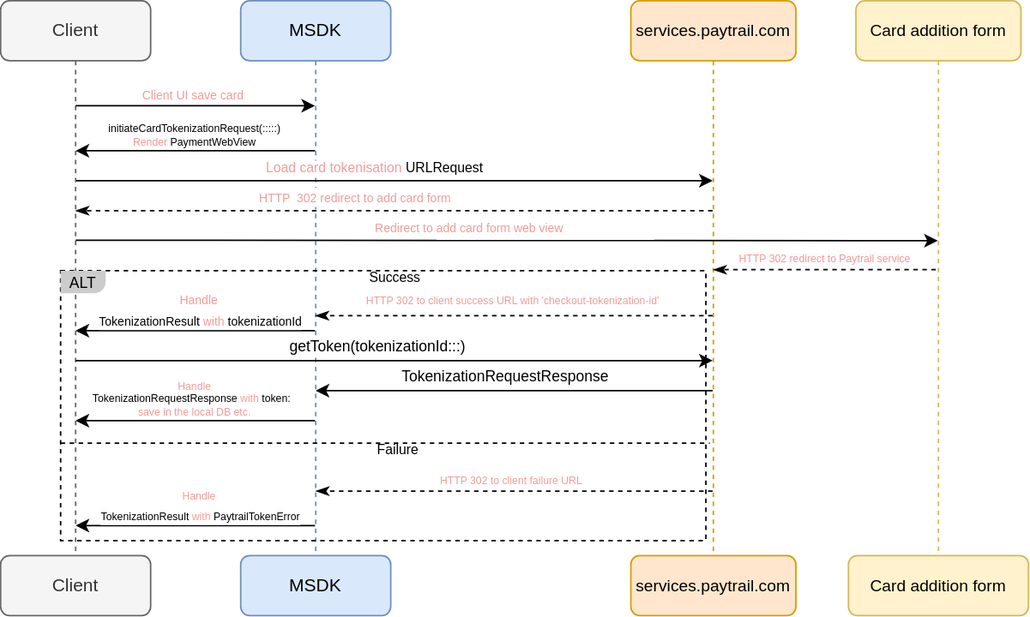
paytrail/paytrail-ios-sdk keeps this draw.io diagram as paytrail-ios-sdk/paytrail_ios_sdk.docc/Resources/Add_card_apis_flow.svg. Above is the earlier version. Source tidied: cells renumbered, new cells last; positions are measured from the earlier drawing's top-left corner, leaving out a move shared by most shapes.
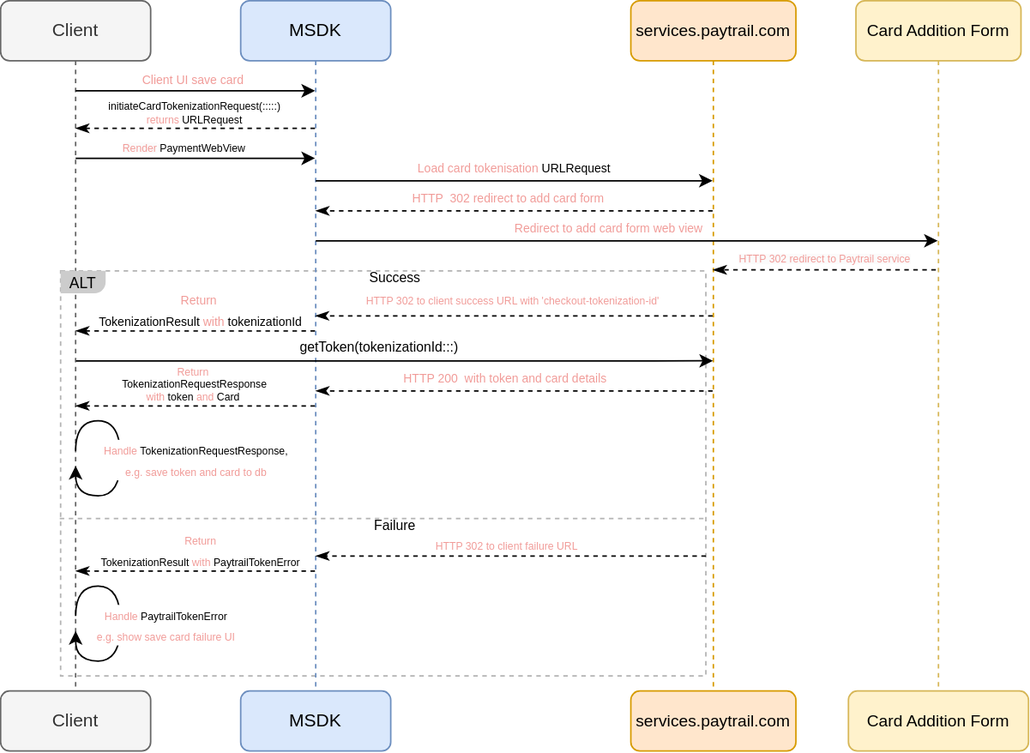
After the change.

Commit message:
Rework add_card_apis_flow chart

Change to the diagram source:
```diff
@@ -4,14 +4,18 @@
     <mxCell id="1" parent="0" />
+    <mxCell id="12" style="rounded=0;whiteSpace=wrap;html=1;fillColor=none;dashed=1;strokeColor=#B3B3B3;" parent="1" vertex="1">
+      <mxGeometry x="40" y="180" width="430" height="270" as="geometry" />
+    </mxCell>
     <mxCell id="2" value="MSDK" style="shape=umlLifeline;perimeter=lifelinePerimeter;whiteSpace=wrap;html=1;outlineConnect=0;portConstraint=eastwest;newEdgeStyle={&quot;edgeStyle&quot;:&quot;elbowEdgeStyle&quot;,&quot;elbow&quot;:&quot;vertical&quot;,&quot;curved&quot;:0,&quot;rounded&quot;:0};rounded=1;fillColor=#dae8fc;strokeColor=#6c8ebf;" parent="1" vertex="1">
-      <mxGeometry x="160" width="100" height="370" as="geometry" />
+      <mxGeometry x="160" width="100" height="460" as="geometry" />
     </mxCell>
     <mxCell id="3" value="&lt;font style=&quot;font-size: 11px;&quot;&gt;services.paytrail.com&lt;/font&gt;" style="shape=umlLifeline;perimeter=lifelinePerimeter;whiteSpace=wrap;html=1;outlineConnect=0;portConstraint=eastwest;newEdgeStyle={&quot;edgeStyle&quot;:&quot;elbowEdgeStyle&quot;,&quot;elbow&quot;:&quot;vertical&quot;,&quot;curved&quot;:0,&quot;rounded&quot;:0};rounded=1;fillColor=#ffe6cc;strokeColor=#d79b00;" parent="1" vertex="1">
-      <mxGeometry x="420" width="110" height="370" as="geometry" />
+      <mxGeometry x="420" width="110" height="460" as="geometry" />
     </mxCell>
-    <mxCell id="4" style="html=1;verticalAlign=bottom;endArrow=classic;edgeStyle=elbowEdgeStyle;elbow=vertical;curved=0;rounded=0;endFill=1;" parent="1" edge="1" target="3">
+    <mxCell id="4" style="html=1;verticalAlign=bottom;endArrow=classic;edgeStyle=elbowEdgeStyle;elbow=vertical;curved=0;rounded=0;endFill=1;" parent="1" edge="1">
       <mxGeometry x="-0.27" y="-35" relative="1" as="geometry">
-        <mxPoint x="50" y="120" as="sourcePoint" />
+        <mxPoint x="210" y="120" as="sourcePoint" />
+        <mxPoint x="474.5" y="120.2" as="targetPoint" />
       </mxGeometry>
     </mxCell>
-    <mxCell id="5" value="&lt;font color=&quot;#f19c99&quot;&gt;Load card tokenisation&lt;/font&gt; URLRequest" style="edgeLabel;html=1;align=center;verticalAlign=middle;fontSize=9;" parent="4" vertex="1">
+    <mxCell id="5" value="&lt;font style=&quot;font-size: 8px;&quot;&gt;&lt;font style=&quot;font-size: 8px;&quot; color=&quot;#f19c99&quot;&gt;Load card tokenisation&lt;/font&gt; URLRequest&lt;/font&gt;" style="edgeLabel;html=1;align=center;verticalAlign=middle;fontSize=9;" parent="4" vertex="1">
       <mxGeometry x="-0.16" y="1" relative="1" as="geometry">
@@ -20,7 +24,7 @@
     </mxCell>
-    <mxCell id="6" value="&lt;span style=&quot;font-size: 11px;&quot;&gt;Card addition form&lt;/span&gt;" style="shape=umlLifeline;perimeter=lifelinePerimeter;whiteSpace=wrap;html=1;outlineConnect=0;portConstraint=eastwest;newEdgeStyle={&quot;edgeStyle&quot;:&quot;elbowEdgeStyle&quot;,&quot;elbow&quot;:&quot;vertical&quot;,&quot;curved&quot;:0,&quot;rounded&quot;:0};fillColor=#fff2cc;strokeColor=#d6b656;rounded=1;" parent="1" vertex="1">
-      <mxGeometry x="570" width="110" height="370" as="geometry" />
+    <mxCell id="6" value="&lt;span style=&quot;font-size: 11px;&quot;&gt;Card Addition Form&lt;/span&gt;" style="shape=umlLifeline;perimeter=lifelinePerimeter;whiteSpace=wrap;html=1;outlineConnect=0;portConstraint=eastwest;newEdgeStyle={&quot;edgeStyle&quot;:&quot;elbowEdgeStyle&quot;,&quot;elbow&quot;:&quot;vertical&quot;,&quot;curved&quot;:0,&quot;rounded&quot;:0};fillColor=#fff2cc;strokeColor=#d6b656;rounded=1;" parent="1" vertex="1">
+      <mxGeometry x="570" width="110" height="460" as="geometry" />
     </mxCell>
     <mxCell id="7" value="Client" style="shape=umlLifeline;perimeter=lifelinePerimeter;whiteSpace=wrap;html=1;newEdgeStyle={&quot;edgeStyle&quot;:&quot;elbowEdgeStyle&quot;,&quot;elbow&quot;:&quot;vertical&quot;,&quot;curved&quot;:0,&quot;rounded&quot;:0};rounded=1;fillColor=#f5f5f5;fontColor=#333333;strokeColor=#666666;" parent="1" vertex="1">
-      <mxGeometry width="100" height="370" as="geometry" />
+      <mxGeometry width="100" height="460" as="geometry" />
     </mxCell>
@@ -34,3 +38,3 @@
       <mxGeometry relative="1" as="geometry">
-        <mxPoint x="50" y="70" as="sourcePoint" />
+        <mxPoint x="50" y="60" as="sourcePoint" />
       </mxGeometry>
@@ -43,22 +47,20 @@
     <mxCell id="11" value="Client" style="shape=umlLifeline;perimeter=lifelinePerimeter;whiteSpace=wrap;html=1;newEdgeStyle={&quot;edgeStyle&quot;:&quot;elbowEdgeStyle&quot;,&quot;elbow&quot;:&quot;vertical&quot;,&quot;curved&quot;:0,&quot;rounded&quot;:0};rounded=1;fillColor=#f5f5f5;fontColor=#333333;strokeColor=#666666;" parent="1" vertex="1">
-      <mxGeometry y="370" width="100" height="40" as="geometry" />
+      <mxGeometry y="460" width="100" height="40" as="geometry" />
     </mxCell>
-    <mxCell id="12" style="rounded=0;whiteSpace=wrap;html=1;fillColor=none;dashed=1;strokeColor=#000000;" parent="1" vertex="1">
-      <mxGeometry x="40" y="180" width="430" height="180" as="geometry" />
-    </mxCell>
     <mxCell id="13" value="MSDK" style="shape=umlLifeline;perimeter=lifelinePerimeter;whiteSpace=wrap;html=1;newEdgeStyle={&quot;edgeStyle&quot;:&quot;elbowEdgeStyle&quot;,&quot;elbow&quot;:&quot;vertical&quot;,&quot;curved&quot;:0,&quot;rounded&quot;:0};rounded=1;fillColor=#dae8fc;strokeColor=#6c8ebf;" parent="1" vertex="1">
-      <mxGeometry x="160" y="370" width="100" height="40" as="geometry" />
+      <mxGeometry x="160" y="460" width="100" height="40" as="geometry" />
     </mxCell>
     <mxCell id="14" value="&lt;font style=&quot;font-size: 11px;&quot;&gt;services.paytrail.com&lt;/font&gt;" style="shape=umlLifeline;perimeter=lifelinePerimeter;whiteSpace=wrap;html=1;newEdgeStyle={&quot;edgeStyle&quot;:&quot;elbowEdgeStyle&quot;,&quot;elbow&quot;:&quot;vertical&quot;,&quot;curved&quot;:0,&quot;rounded&quot;:0};rounded=1;fillColor=#ffe6cc;strokeColor=#d79b00;" parent="1" vertex="1">
-      <mxGeometry x="420" y="370" width="110" height="40" as="geometry" />
+      <mxGeometry x="420" y="460" width="110" height="40" as="geometry" />
     </mxCell>
-    <mxCell id="15" value="&lt;span style=&quot;font-size: 11px;&quot;&gt;Card addition form&lt;br&gt;&lt;/span&gt;" style="shape=umlLifeline;perimeter=lifelinePerimeter;whiteSpace=wrap;html=1;newEdgeStyle={&quot;edgeStyle&quot;:&quot;elbowEdgeStyle&quot;,&quot;elbow&quot;:&quot;vertical&quot;,&quot;curved&quot;:0,&quot;rounded&quot;:0};fillColor=#fff2cc;strokeColor=#d6b656;rounded=1;" parent="1" vertex="1">
-      <mxGeometry x="565" y="370" width="120" height="40" as="geometry" />
+    <mxCell id="15" value="&lt;span style=&quot;font-size: 11px;&quot;&gt;Card Addition Form&lt;br&gt;&lt;/span&gt;" style="shape=umlLifeline;perimeter=lifelinePerimeter;whiteSpace=wrap;html=1;newEdgeStyle={&quot;edgeStyle&quot;:&quot;elbowEdgeStyle&quot;,&quot;elbow&quot;:&quot;vertical&quot;,&quot;curved&quot;:0,&quot;rounded&quot;:0};fillColor=#fff2cc;strokeColor=#d6b656;rounded=1;" parent="1" vertex="1">
+      <mxGeometry x="565" y="460" width="120" height="40" as="geometry" />
     </mxCell>
-    <mxCell id="16" style="endArrow=classic;html=1;rounded=0;endFill=1;" parent="1" edge="1" source="2">
+    <mxCell id="16" style="endArrow=classicThin;html=1;rounded=0;endFill=1;dashed=1;" parent="1" edge="1">
       <mxGeometry relative="1" as="geometry">
-        <mxPoint x="50" y="100" as="targetPoint" />
+        <mxPoint x="209.5" y="85" as="sourcePoint" />
+        <mxPoint x="50" y="85" as="targetPoint" />
       </mxGeometry>
     </mxCell>
-    <mxCell id="17" value="&lt;font style=&quot;font-size: 7px;&quot;&gt;initiateCardTokenizationRequest(:::::)&lt;br&gt;&lt;font style=&quot;border-color: var(--border-color); background-color: rgb(251, 251, 251); font-size: 7px;&quot; color=&quot;#f19c99&quot;&gt;Render&lt;/font&gt;&amp;nbsp;PaymentWebView&lt;/font&gt;" style="edgeLabel;html=1;align=center;verticalAlign=middle;fontSize=7;" parent="16" vertex="1">
+    <mxCell id="17" value="&lt;font style=&quot;font-size: 7px;&quot;&gt;initiateCardTokenizationRequest(:::::)&lt;br&gt;&lt;font color=&quot;#f19c99&quot;&gt;returns&lt;/font&gt; URLRequest&lt;br&gt;&lt;/font&gt;" style="edgeLabel;html=1;align=center;verticalAlign=middle;fontSize=7;" parent="16" vertex="1">
       <mxGeometry x="0.1" y="-2" relative="1" as="geometry">
@@ -69,3 +71,3 @@
       <mxGeometry relative="1" as="geometry">
-        <mxPoint x="50" y="140" as="targetPoint" />
+        <mxPoint x="210" y="140" as="targetPoint" />
       </mxGeometry>
@@ -77,5 +79,6 @@
     </mxCell>
-    <mxCell id="20" style="html=1;verticalAlign=bottom;endArrow=classic;edgeStyle=elbowEdgeStyle;elbow=vertical;curved=0;rounded=0;endFill=1;" parent="1" edge="1" target="6">
+    <mxCell id="20" style="html=1;verticalAlign=bottom;endArrow=classic;edgeStyle=elbowEdgeStyle;elbow=vertical;curved=0;rounded=0;endFill=1;" parent="1" edge="1">
       <mxGeometry x="-0.27" y="-35" relative="1" as="geometry">
-        <mxPoint x="50" y="159.7" as="sourcePoint" />
+        <mxPoint x="210" y="160" as="sourcePoint" />
+        <mxPoint x="624.5" y="160" as="targetPoint" />
       </mxGeometry>
@@ -112,4 +115,4 @@
       <mxGeometry x="-0.27" y="-35" relative="1" as="geometry">
-        <mxPoint x="50" y="240" as="sourcePoint" />
-        <mxPoint x="474.5" y="240.3" as="targetPoint" />
+        <mxPoint x="50.3" y="240" as="sourcePoint" />
+        <mxPoint x="474.8" y="240.3" as="targetPoint" />
       </mxGeometry>
@@ -121,3 +124,3 @@
     </mxCell>
-    <mxCell id="29" value="getToken(tokenizationId:::)" style="edgeLabel;html=1;align=center;verticalAlign=middle;fontSize=10;" parent="27" vertex="1">
+    <mxCell id="29" value="&lt;font style=&quot;font-size: 9px;&quot;&gt;getToken(tokenizationId:::)&lt;/font&gt;" style="edgeLabel;html=1;align=center;verticalAlign=middle;fontSize=10;" parent="27" vertex="1">
       <mxGeometry x="-0.08" relative="1" as="geometry">
@@ -126,5 +129,4 @@
     </mxCell>
-    <mxCell id="30" style="endArrow=classic;html=1;rounded=0;endFill=1;" parent="1" edge="1">
+    <mxCell id="30" style="endArrow=classicThin;html=1;rounded=0;endFill=1;dashed=1;" parent="1" edge="1" source="3">
       <mxGeometry relative="1" as="geometry">
-        <mxPoint x="474.5" y="260" as="sourcePoint" />
         <mxPoint x="210" y="260" as="targetPoint" />
@@ -132,8 +134,8 @@
     </mxCell>
-    <mxCell id="31" value="&lt;p style=&quot;margin: 0px; font-stretch: normal; line-height: normal;&quot;&gt;&lt;font style=&quot;font-size: 10px;&quot;&gt;TokenizationRequestResponse&lt;/font&gt;&lt;/p&gt;" style="edgeLabel;html=1;align=center;verticalAlign=middle;fontSize=7;" parent="30" vertex="1">
+    <mxCell id="31" value="&lt;p style=&quot;margin: 0px; font-stretch: normal; line-height: normal;&quot;&gt;&lt;font color=&quot;#f19c99&quot;&gt;&lt;span style=&quot;font-size: 8px;&quot;&gt;HTTP 200 &amp;nbsp;with&amp;nbsp;token and card details&lt;/span&gt;&lt;/font&gt;&lt;/p&gt;" style="edgeLabel;html=1;align=center;verticalAlign=middle;fontSize=7;" parent="30" vertex="1">
       <mxGeometry x="0.1" y="-2" relative="1" as="geometry">
-        <mxPoint x="7" y="-8" as="offset" />
+        <mxPoint x="7" y="-6" as="offset" />
       </mxGeometry>
     </mxCell>
-    <mxCell id="32" style="endArrow=classic;html=1;rounded=0;endFill=1;" parent="1" edge="1" source="2">
+    <mxCell id="32" style="endArrow=classicThin;html=1;rounded=0;endFill=1;dashed=1;" parent="1" edge="1" source="2">
       <mxGeometry relative="1" as="geometry">
@@ -142,3 +144,3 @@
     </mxCell>
-    <mxCell id="33" value="&lt;font style=&quot;font-size: 8px;&quot;&gt;&lt;font style=&quot;border-color: var(--border-color); font-size: 8px;&quot; color=&quot;#f19c99&quot;&gt;Handle&lt;/font&gt;&amp;nbsp;&lt;br style=&quot;border-color: var(--border-color);&quot;&gt;TokenizationResult&amp;nbsp;&lt;font style=&quot;border-color: var(--border-color); font-size: 8px;&quot; color=&quot;#f19c99&quot;&gt;with&lt;/font&gt;&amp;nbsp;tokenizationId&lt;/font&gt;" style="edgeLabel;html=1;align=center;verticalAlign=middle;" parent="32" vertex="1">
+    <mxCell id="33" value="&lt;font style=&quot;font-size: 8px;&quot;&gt;&lt;font style=&quot;border-color: var(--border-color); font-size: 8px;&quot; color=&quot;#f19c99&quot;&gt;Return&lt;/font&gt;&amp;nbsp;&lt;br style=&quot;border-color: var(--border-color);&quot;&gt;TokenizationResult&amp;nbsp;&lt;font style=&quot;border-color: var(--border-color); font-size: 8px;&quot; color=&quot;#f19c99&quot;&gt;with&lt;/font&gt;&amp;nbsp;tokenizationId&lt;/font&gt;" style="edgeLabel;html=1;align=center;verticalAlign=middle;" parent="32" vertex="1">
       <mxGeometry x="-0.04" relative="1" as="geometry">
@@ -147,8 +149,9 @@
     </mxCell>
-    <mxCell id="34" style="endArrow=classic;html=1;rounded=0;endFill=1;" parent="1" edge="1" source="2">
+    <mxCell id="34" style="endArrow=classicThin;html=1;rounded=0;endFill=1;dashed=1;" parent="1" edge="1">
       <mxGeometry relative="1" as="geometry">
-        <mxPoint x="50" y="280" as="targetPoint" />
+        <mxPoint x="209.5" y="270" as="sourcePoint" />
+        <mxPoint x="50" y="270" as="targetPoint" />
       </mxGeometry>
     </mxCell>
-    <mxCell id="35" value="&lt;font style=&quot;font-size: 7px;&quot;&gt;&lt;font style=&quot;font-size: 7px;&quot; color=&quot;#f19c99&quot;&gt;Handle&lt;/font&gt; &lt;br&gt;TokenizationRequestResponse&amp;nbsp;&lt;font style=&quot;font-size: 7px;&quot; color=&quot;#f19c99&quot;&gt;with &lt;/font&gt;token: &amp;nbsp;&lt;br&gt;&lt;font style=&quot;font-size: 7px;&quot; color=&quot;#f19c99&quot;&gt;save in the local DB etc.&lt;/font&gt;&lt;/font&gt;" style="edgeLabel;html=1;align=center;verticalAlign=middle;fontSize=7;" parent="34" vertex="1">
+    <mxCell id="35" value="&lt;font style=&quot;font-size: 7px;&quot;&gt;&lt;font color=&quot;#f19c99&quot;&gt;&lt;span style=&quot;caret-color: rgb(241, 156, 153);&quot;&gt;Return&lt;/span&gt;&lt;/font&gt;&amp;nbsp;&lt;br&gt;TokenizationRequestResponse&lt;br&gt;&amp;nbsp;&lt;font style=&quot;font-size: 7px;&quot; color=&quot;#f19c99&quot;&gt;with &lt;/font&gt;token &lt;font color=&quot;#f19c99&quot;&gt;and&lt;/font&gt; Card &amp;nbsp;&lt;br&gt;&lt;/font&gt;" style="edgeLabel;html=1;align=center;verticalAlign=middle;fontSize=7;" parent="34" vertex="1">
       <mxGeometry x="0.1" y="-2" relative="1" as="geometry">
@@ -158,7 +161,8 @@
     <mxCell id="36" value="&lt;font color=&quot;#000000&quot;&gt;Failure&lt;/font&gt;" style="text;html=1;strokeColor=none;fillColor=none;align=center;verticalAlign=middle;whiteSpace=wrap;rounded=0;fontSize=9;fontColor=#F19C99;" parent="1" vertex="1">
-      <mxGeometry x="240" y="295" width="50" height="10" as="geometry" />
+      <mxGeometry x="237.5" y="345" width="50" height="10" as="geometry" />
     </mxCell>
-    <mxCell id="37" style="endArrow=classicThin;html=1;rounded=0;endFill=1;dashed=1;" parent="1" edge="1" source="3">
+    <mxCell id="37" style="endArrow=classicThin;html=1;rounded=0;endFill=1;dashed=1;" parent="1" edge="1">
       <mxGeometry relative="1" as="geometry">
-        <mxPoint x="210" y="327" as="targetPoint" />
+        <mxPoint x="470" y="370" as="sourcePoint" />
+        <mxPoint x="210" y="370" as="targetPoint" />
       </mxGeometry>
@@ -170,8 +174,9 @@
     </mxCell>
-    <mxCell id="39" style="endArrow=classic;html=1;rounded=0;endFill=1;" parent="1" edge="1" source="2">
+    <mxCell id="39" style="endArrow=classicThin;html=1;rounded=0;endFill=1;dashed=1;" parent="1" edge="1">
       <mxGeometry relative="1" as="geometry">
-        <mxPoint x="50" y="350" as="targetPoint" />
+        <mxPoint x="209.5" y="380" as="sourcePoint" />
+        <mxPoint x="50" y="380" as="targetPoint" />
       </mxGeometry>
     </mxCell>
-    <mxCell id="40" value="&lt;font style=&quot;font-size: 7px;&quot;&gt;&lt;font style=&quot;border-color: var(--border-color); font-size: 7px;&quot; color=&quot;#f19c99&quot;&gt;Handle&lt;/font&gt;&amp;nbsp;&lt;br style=&quot;border-color: var(--border-color);&quot;&gt;TokenizationResult&amp;nbsp;&lt;font style=&quot;border-color: var(--border-color); font-size: 7px;&quot; color=&quot;#f19c99&quot;&gt;with &lt;/font&gt;&lt;font style=&quot;border-color: var(--border-color); font-size: 7px;&quot;&gt;PaytrailTokenError&lt;/font&gt;&lt;/font&gt;" style="edgeLabel;html=1;align=center;verticalAlign=middle;" parent="39" vertex="1">
+    <mxCell id="40" value="&lt;font style=&quot;font-size: 7px;&quot;&gt;&lt;font style=&quot;font-size: 7px;&quot; color=&quot;#f19c99&quot;&gt;&lt;span style=&quot;caret-color: rgb(241, 156, 153);&quot;&gt;Return&lt;/span&gt;&lt;/font&gt;&lt;br style=&quot;border-color: var(--border-color);&quot;&gt;TokenizationResult&amp;nbsp;&lt;font style=&quot;border-color: var(--border-color); font-size: 7px;&quot; color=&quot;#f19c99&quot;&gt;with &lt;/font&gt;&lt;font style=&quot;border-color: var(--border-color); font-size: 7px;&quot;&gt;PaytrailTokenError&lt;/font&gt;&lt;/font&gt;" style="edgeLabel;html=1;align=center;verticalAlign=middle;labelBackgroundColor=none;" parent="39" vertex="1">
       <mxGeometry x="-0.04" relative="1" as="geometry">
@@ -180,5 +185,6 @@
     </mxCell>
-    <mxCell id="41" style="endArrow=none;dashed=1;html=1;rounded=0;entryX=1;entryY=0.722;entryDx=0;entryDy=0;entryPerimeter=0;exitX=0;exitY=0.639;exitDx=0;exitDy=0;exitPerimeter=0;" parent="1" edge="1" source="12">
+    <mxCell id="41" style="endArrow=none;dashed=1;html=1;rounded=0;entryX=1;entryY=0.722;entryDx=0;entryDy=0;entryPerimeter=0;exitX=0;exitY=0.5;exitDx=0;exitDy=0;strokeColor=#B3B3B3;" parent="1" edge="1">
       <mxGeometry relative="1" as="geometry">
-        <mxPoint x="472.6" y="295" as="targetPoint" />
+        <mxPoint x="39.4" y="345" as="sourcePoint" />
+        <mxPoint x="470" y="345" as="targetPoint" />
       </mxGeometry>
@@ -191,2 +197,46 @@
     </mxCell>
+    <mxCell id="44" style="endArrow=classic;html=1;rounded=0;" parent="1" edge="1" target="2">
+      <mxGeometry relative="1" as="geometry">
+        <mxPoint x="50" y="105" as="sourcePoint" />
+      </mxGeometry>
+    </mxCell>
+    <mxCell id="45" value="&lt;font style=&quot;font-size: 7px;&quot;&gt;&lt;font style=&quot;border-color: var(--border-color); background-color: rgb(251, 251, 251); font-size: 7px;&quot; color=&quot;#f19c99&quot;&gt;Render&lt;/font&gt;&amp;nbsp;PaymentWebView&lt;/font&gt;" style="edgeLabel;html=1;align=center;verticalAlign=middle;" parent="44" vertex="1">
+      <mxGeometry x="-0.1" y="2" relative="1" as="geometry">
+        <mxPoint y="-6" as="offset" />
+      </mxGeometry>
+    </mxCell>
+    <mxCell id="46" style="endArrow=classic;html=1;rounded=0;endFill=1;edgeStyle=orthogonalEdgeStyle;curved=1;exitX=0.5;exitY=0.459;exitDx=0;exitDy=0;exitPerimeter=0;" parent="1" edge="1">
+      <mxGeometry relative="1" as="geometry">
+        <mxPoint x="50" y="300" as="sourcePoint" />
+        <mxPoint x="50" y="310" as="targetPoint" />
+        <Array as="points">
+          <mxPoint x="50" y="280" />
+          <mxPoint x="80" y="280" />
+          <mxPoint x="80" y="330" />
+          <mxPoint x="50" y="330" />
+        </Array>
+      </mxGeometry>
+    </mxCell>
+    <mxCell id="47" value="&lt;font style=&quot;font-size: 7px;&quot;&gt;&lt;font style=&quot;border-color: var(--border-color); font-size: 7px;&quot; color=&quot;#f19c99&quot;&gt;Handle&amp;nbsp;&lt;/font&gt;TokenizationRequestResponse,&lt;br&gt;&lt;font color=&quot;#f19c99&quot;&gt;e.g. save token and card to db&lt;/font&gt;&lt;br&gt;&lt;/font&gt;" style="edgeLabel;html=1;align=center;verticalAlign=middle;" parent="46" vertex="1">
+      <mxGeometry x="-0.04" relative="1" as="geometry">
+        <mxPoint x="50" y="3" as="offset" />
+      </mxGeometry>
+    </mxCell>
+    <mxCell id="48" style="endArrow=classic;html=1;rounded=0;endFill=1;edgeStyle=orthogonalEdgeStyle;curved=1;exitX=0.5;exitY=0.459;exitDx=0;exitDy=0;exitPerimeter=0;" parent="1" edge="1">
+      <mxGeometry relative="1" as="geometry">
+        <mxPoint x="50" y="410" as="sourcePoint" />
+        <mxPoint x="50" y="420" as="targetPoint" />
+        <Array as="points">
+          <mxPoint x="50" y="390" />
+          <mxPoint x="80" y="390" />
+          <mxPoint x="80" y="440" />
+          <mxPoint x="50" y="440" />
+        </Array>
+      </mxGeometry>
+    </mxCell>
+    <mxCell id="49" value="&lt;font style=&quot;font-size: 7px;&quot;&gt;&lt;font style=&quot;border-color: var(--border-color); font-size: 7px;&quot; color=&quot;#f19c99&quot;&gt;Handle&amp;nbsp;&lt;/font&gt;&lt;font style=&quot;border-color: var(--border-color); font-size: 7px;&quot;&gt;PaytrailTokenError&lt;/font&gt;&lt;br&gt;&lt;font color=&quot;#f19c99&quot;&gt;e.g. show save card failure UI&lt;/font&gt;&lt;br&gt;&lt;/font&gt;" style="edgeLabel;html=1;align=center;verticalAlign=middle;" parent="48" vertex="1">
+      <mxGeometry x="-0.04" relative="1" as="geometry">
+        <mxPoint x="30" y="3" as="offset" />
+      </mxGeometry>
+    </mxCell>
   </root>
```
